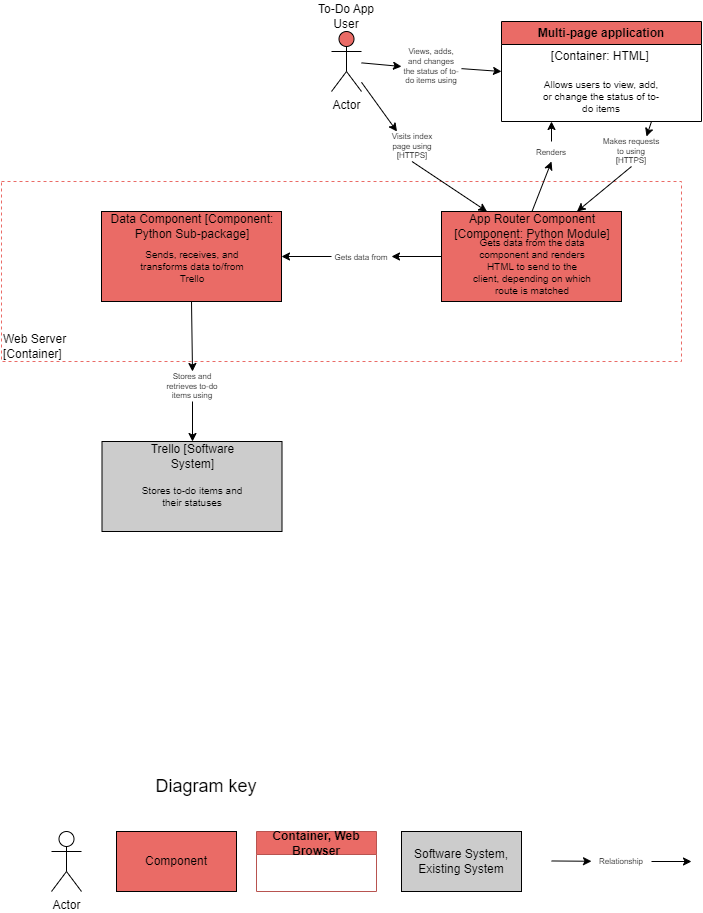
The draw.io diagram architecture_diagrams/component_diagram.png in oscar-richardson-softwire/DevOps-Course-Starter, before a commit. Source tidied: cells renumbered, new cells last; positions are measured from the earlier drawing's top-left corner, leaving out a move shared by most shapes.
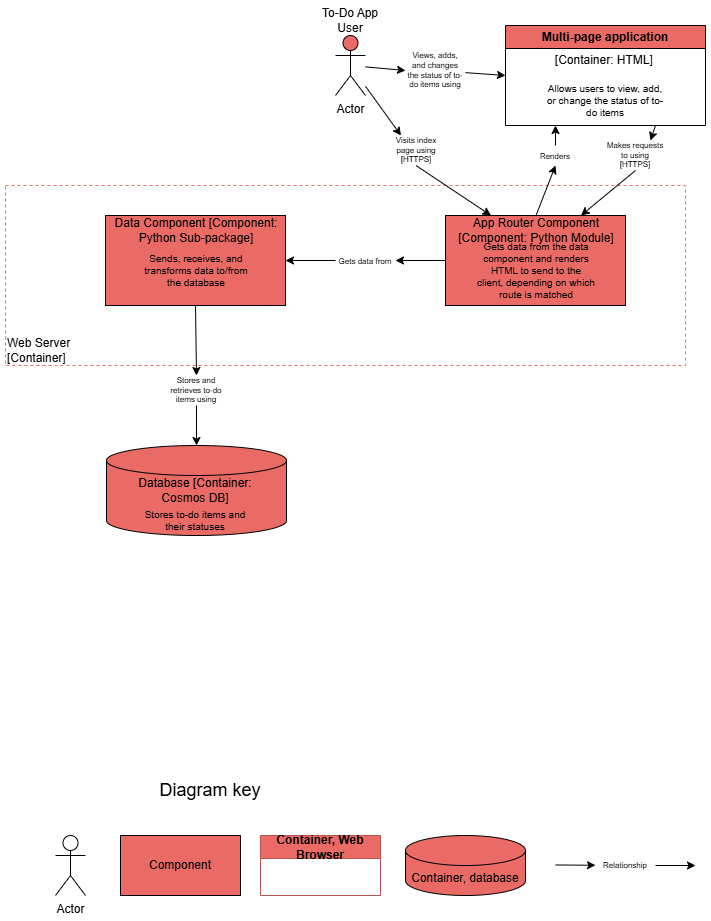
After the commit.

The edit, as a diff of the source:
```diff
@@ -14,16 +14,7 @@
     <mxCell id="5" style="endArrow=classic;html=1;rounded=0;entryX=0;entryY=0.5;entryDx=0;entryDy=0;" parent="1" edge="1" source="34" target="19">
       <mxGeometry relative="1" as="geometry" />
     </mxCell>
-    <mxCell id="6" style="rounded=0;whiteSpace=wrap;html=1;fillColor=#CCCCCC;" parent="1" vertex="1">
-      <mxGeometry x="100.5" y="440" width="180" height="90" as="geometry" />
-    </mxCell>
-    <mxCell id="7" value="Stores to-do items and their statuses" style="text;html=1;align=center;verticalAlign=middle;whiteSpace=wrap;rounded=0;fontSize=10;" parent="1" vertex="1">
-      <mxGeometry x="131" y="480" width="120" height="30" as="geometry" />
-    </mxCell>
-    <mxCell id="8" value="Trello [Software System]" style="text;html=1;align=center;verticalAlign=middle;whiteSpace=wrap;rounded=0;" parent="1" vertex="1">
-      <mxGeometry x="138.5" y="440" width="105" height="30" as="geometry" />
-    </mxCell>
-    <mxCell id="9" style="endArrow=classic;html=1;rounded=0;exitX=0.5;exitY=1;exitDx=0;exitDy=0;entryX=0.5;entryY=0;entryDx=0;entryDy=0;" parent="1" edge="1" source="11" target="8">
+    <mxCell id="9" style="endArrow=classic;html=1;rounded=0;exitX=0.5;exitY=1;exitDx=0;exitDy=0;entryX=0.5;entryY=0;entryDx=0;entryDy=0;entryPerimeter=0;" parent="1" edge="1" source="11" target="44">
       <mxGeometry relative="1" as="geometry" />
     </mxCell>
     <mxCell id="10" style="endArrow=classic;html=1;rounded=0;exitX=0.5;exitY=1;exitDx=0;exitDy=0;entryX=0.5;entryY=0;entryDx=0;entryDy=0;" parent="1" edge="1" source="22" target="11">
@@ -35,9 +26,6 @@
     <mxCell id="12" value="Component" style="rounded=0;whiteSpace=wrap;html=1;fillColor=#EA6B66;" parent="1" vertex="1">
       <mxGeometry x="115" y="830" width="120" height="60" as="geometry" />
     </mxCell>
-    <mxCell id="13" value="Software System, Existing System" style="rounded=0;whiteSpace=wrap;html=1;fillColor=#CCCCCC;" parent="1" vertex="1">
-      <mxGeometry x="400" y="830" width="120" height="60" as="geometry" />
-    </mxCell>
     <mxCell id="14" value="Actor" style="shape=umlActor;verticalLabelPosition=bottom;verticalAlign=top;html=1;" parent="1" vertex="1">
       <mxGeometry x="50" y="830" width="30" height="60" as="geometry" />
     </mxCell>
@@ -69,7 +57,7 @@
     <mxCell id="22" style="rounded=0;whiteSpace=wrap;html=1;fillColor=#EA6B66;" parent="1" vertex="1">
       <mxGeometry x="100" y="210" width="180" height="90" as="geometry" />
     </mxCell>
-    <mxCell id="23" value="Sends, receives, and transforms data to/from Trello" style="text;html=1;align=center;verticalAlign=middle;whiteSpace=wrap;rounded=0;fontSize=10;" parent="1" vertex="1">
+    <mxCell id="23" value="Sends, receives, and transforms data to/from the database" style="text;html=1;align=center;verticalAlign=middle;whiteSpace=wrap;rounded=0;fontSize=10;" parent="1" vertex="1">
       <mxGeometry x="130.5" y="250" width="120" height="30" as="geometry" />
     </mxCell>
     <mxCell id="24" value="Data Component [Component: Python Sub-package]" style="text;html=1;align=center;verticalAlign=middle;whiteSpace=wrap;rounded=0;" parent="1" vertex="1">
@@ -132,5 +120,17 @@
     <mxCell id="43" value="&lt;span style=&quot;font-size: 8px;&quot;&gt;Gets data from&lt;/span&gt;" style="text;html=1;align=center;verticalAlign=middle;whiteSpace=wrap;rounded=0;" parent="1" vertex="1">
       <mxGeometry x="330" y="240" width="60" height="30" as="geometry" />
     </mxCell>
+    <mxCell id="44" style="shape=cylinder3;whiteSpace=wrap;html=1;boundedLbl=1;backgroundOutline=1;size=15;fillColor=#EA6B66;" parent="1" vertex="1">
+      <mxGeometry x="101" y="440" width="180" height="90" as="geometry" />
+    </mxCell>
+    <mxCell id="7" value="Stores to-do items and their statuses" style="text;html=1;align=center;verticalAlign=middle;whiteSpace=wrap;rounded=0;fontSize=10;" parent="1" vertex="1">
+      <mxGeometry x="130" y="500" width="120" height="30" as="geometry" />
+    </mxCell>
+    <mxCell id="8" value="Database [Container: Cosmos DB]" style="text;html=1;align=center;verticalAlign=middle;whiteSpace=wrap;rounded=0;" parent="1" vertex="1">
+      <mxGeometry x="131.5" y="470" width="116" height="30" as="geometry" />
+    </mxCell>
+    <mxCell id="45" value="Container, database" style="shape=cylinder3;whiteSpace=wrap;html=1;boundedLbl=1;backgroundOutline=1;size=15;fillColor=#EA6B66;strokeColor=#000000;" parent="1" vertex="1">
+      <mxGeometry x="400" y="830" width="120" height="60" as="geometry" />
+    </mxCell>
   </root>
 </mxGraphModel>
```
